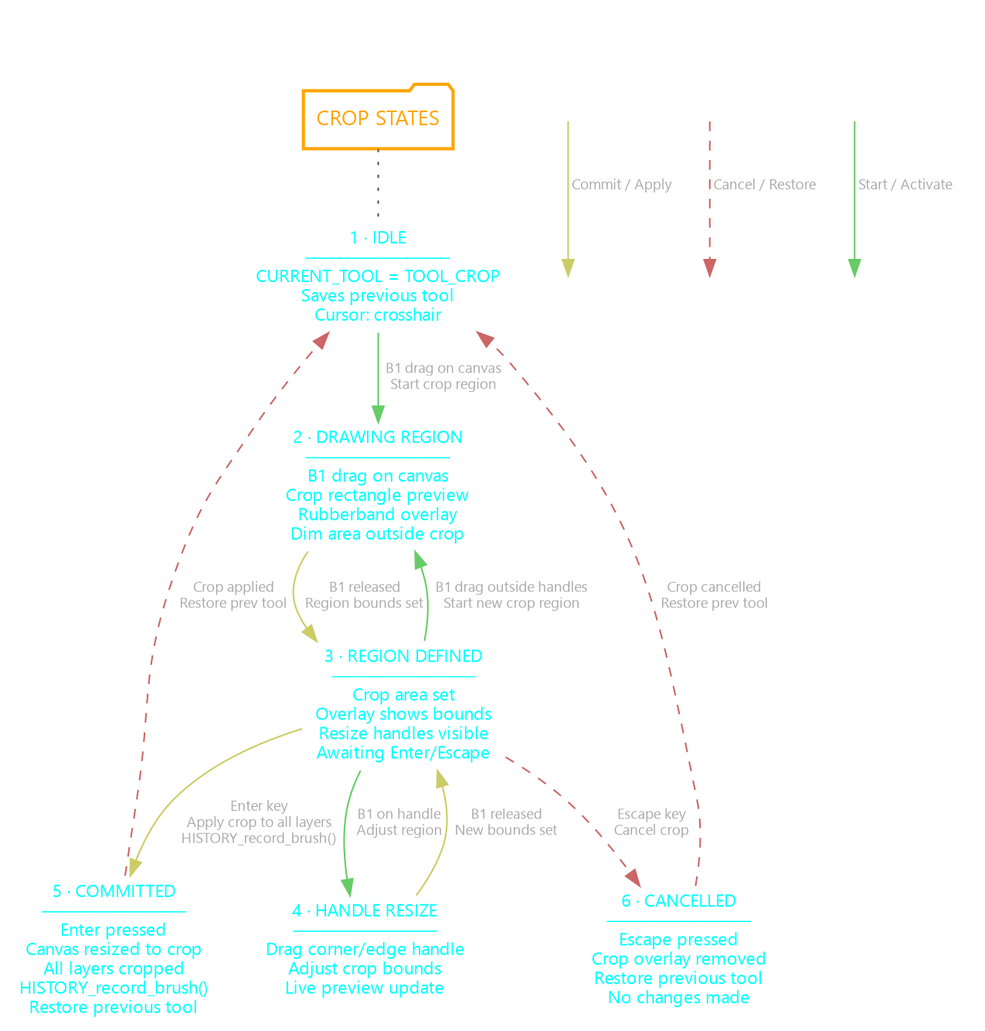
Earlier version of the Graphviz export PLANS/diagrams/TOOLS/CROP-STATES.png (grymmjack/DRAW). Its source is kept beside it as PLANS/diagrams/TOOLS/CROP-STATES.DOT.
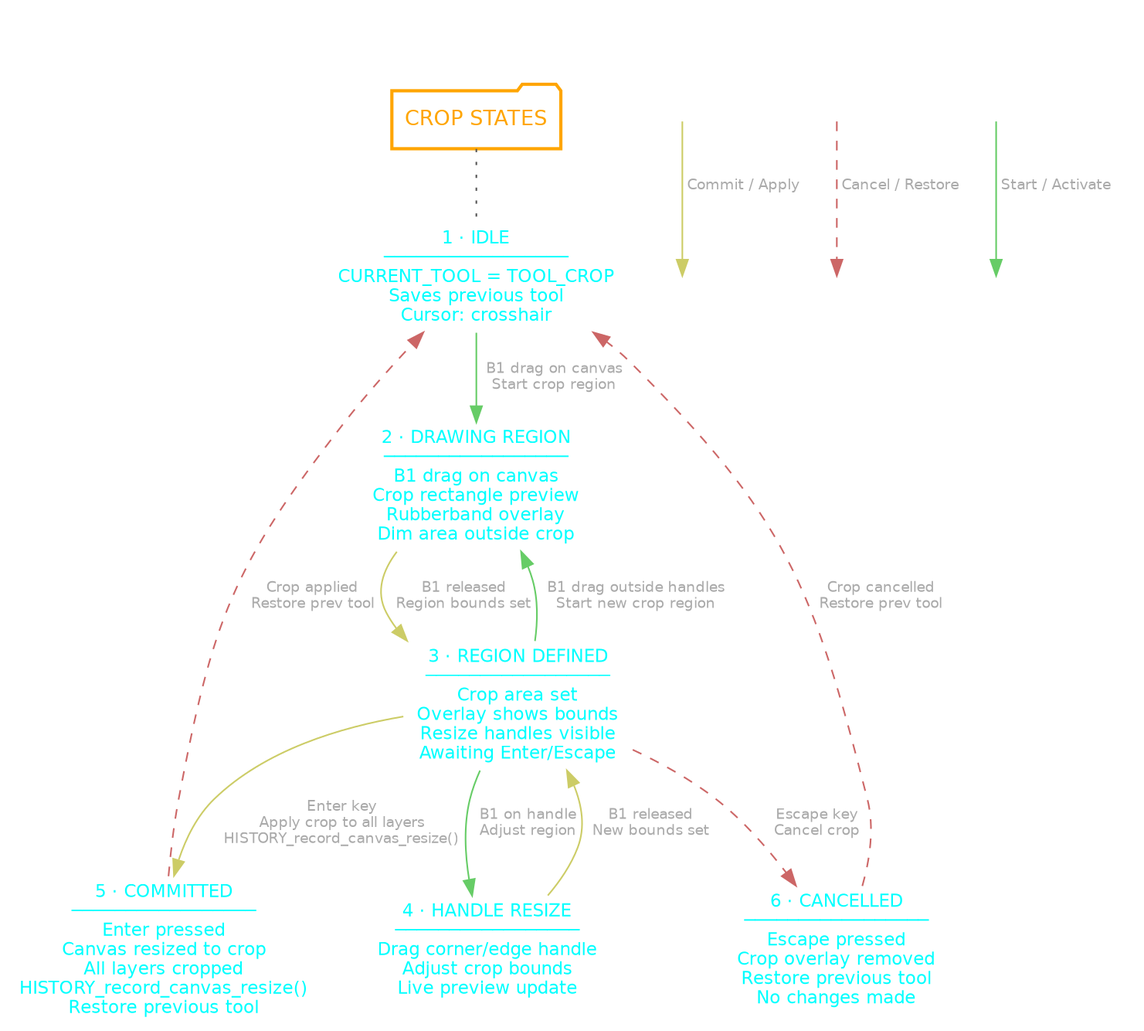
After the commit.

Change to the diagram source:
```diff
@@ -21,14 +21,14 @@
     S_DRAWING [label="2 · DRAWING REGION\n─────────────────\nB1 drag on canvas\nCrop rectangle preview\nRubberband overlay\nDim area outside crop"];
     S_DEFINED [label="3 · REGION DEFINED\n─────────────────\nCrop area set\nOverlay shows bounds\nResize handles visible\nAwaiting Enter/Escape"];
     S_RESIZE [label="4 · HANDLE RESIZE\n─────────────────\nDrag corner/edge handle\nAdjust crop bounds\nLive preview update"];
-    S_COMMIT [label="5 · COMMITTED\n─────────────────\nEnter pressed\nCanvas resized to crop\nAll layers cropped\nHISTORY_record_brush()\nRestore previous tool"];
+    S_COMMIT [label="5 · COMMITTED\n─────────────────\nEnter pressed\nCanvas resized to crop\nAll layers cropped\nHISTORY_record_canvas_resize()\nRestore previous tool"];
     S_CANCEL [label="6 · CANCELLED\n─────────────────\nEscape pressed\nCrop overlay removed\nRestore previous tool\nNo changes made"];
 
     S_IDLE -> S_DRAWING [label="  B1 drag on canvas\n  Start crop region" color="#66cc66"];
     S_DRAWING -> S_DEFINED [label="  B1 released\n  Region bounds set" color="#cccc66"];
     S_DEFINED -> S_RESIZE [label="  B1 on handle\n  Adjust region" color="#66cc66"];
     S_RESIZE -> S_DEFINED [label="  B1 released\n  New bounds set" color="#cccc66"];
-    S_DEFINED -> S_COMMIT [label="  Enter key\n  Apply crop to all layers\n  HISTORY_record_brush()" color="#cccc66"];
+    S_DEFINED -> S_COMMIT [label="  Enter key\n  Apply crop to all layers\n  HISTORY_record_canvas_resize()" color="#cccc66"];
     S_DEFINED -> S_CANCEL [label="  Escape key\n  Cancel crop" color="#cc6666" style=dashed];
     S_COMMIT -> S_IDLE [label="  Crop applied\n  Restore prev tool" color="#cc6666" style=dashed];
     S_CANCEL -> S_IDLE [label="  Crop cancelled\n  Restore prev tool" color="#cc6666" style=dashed];
```
